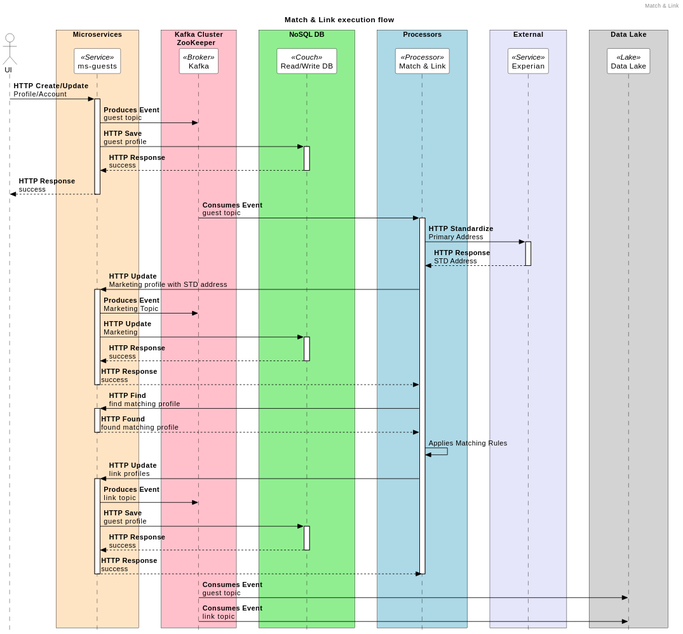
Earlier version of the PlantUML export dist/assets/diagrams/sequence/match-link-initial.svg (kaaljabr/presentation).
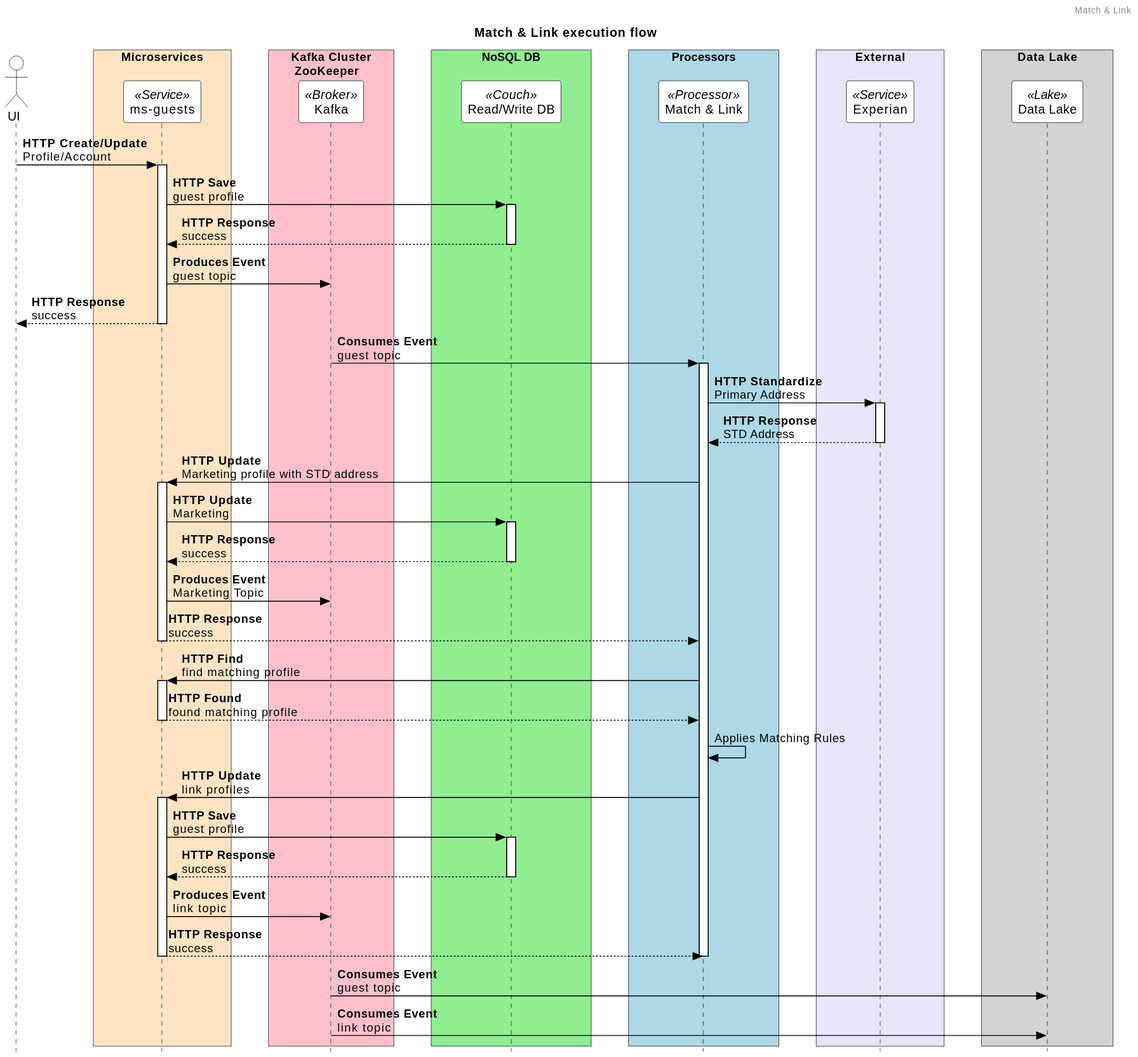
After the change.

Change to the diagram source:
```diff
@@ -32,11 +32,11 @@
 
 ui -> ms_guests : **HTTP Create/Update**\nProfile/Account
 activate ms_guests
-ms_guests -> broker : **Produces Event**\nguest topic
 ms_guests -> couch : **HTTP Save**\nguest profile
 activate couch
 couch --> ms_guests : **HTTP Response**\nsuccess
 deactivate couch
+ms_guests -> broker : **Produces Event**\nguest topic
 ms_guests --> ui : **HTTP Response**\nsuccess
 deactivate ms_guests
 broker -> match_link :**Consumes Event**\nguest topic
@@ -47,11 +47,11 @@
 deactivate experian
 match_link -> ms_guests :**HTTP Update**\nMarketing profile with STD address
 activate ms_guests
-ms_guests -> broker : **Produces Event**\nMarketing Topic
 ms_guests -> couch :**HTTP Update**\nMarketing
 activate couch
 couch --> ms_guests :**HTTP Response**\nsuccess
 deactivate couch
+ms_guests -> broker : **Produces Event**\nMarketing Topic
 ms_guests --> match_link :**HTTP Response**\nsuccess
 deactivate ms_guests
 match_link -> ms_guests :**HTTP Find**\nfind matching profile
@@ -61,11 +61,11 @@
 match_link -> match_link : Applies Matching Rules
 match_link -> ms_guests : **HTTP Update**\nlink profiles
 activate ms_guests
-ms_guests -> broker : **Produces Event**\nlink topic
 ms_guests -> couch : **HTTP Save**\nguest profile
 activate couch
 couch --> ms_guests : **HTTP Response**\nsuccess
 deactivate couch
+ms_guests -> broker : **Produces Event**\nlink topic
 ms_guests --> match_link : **HTTP Response**\nsuccess
 deactivate ms_guests
 deactivate match_link
```
